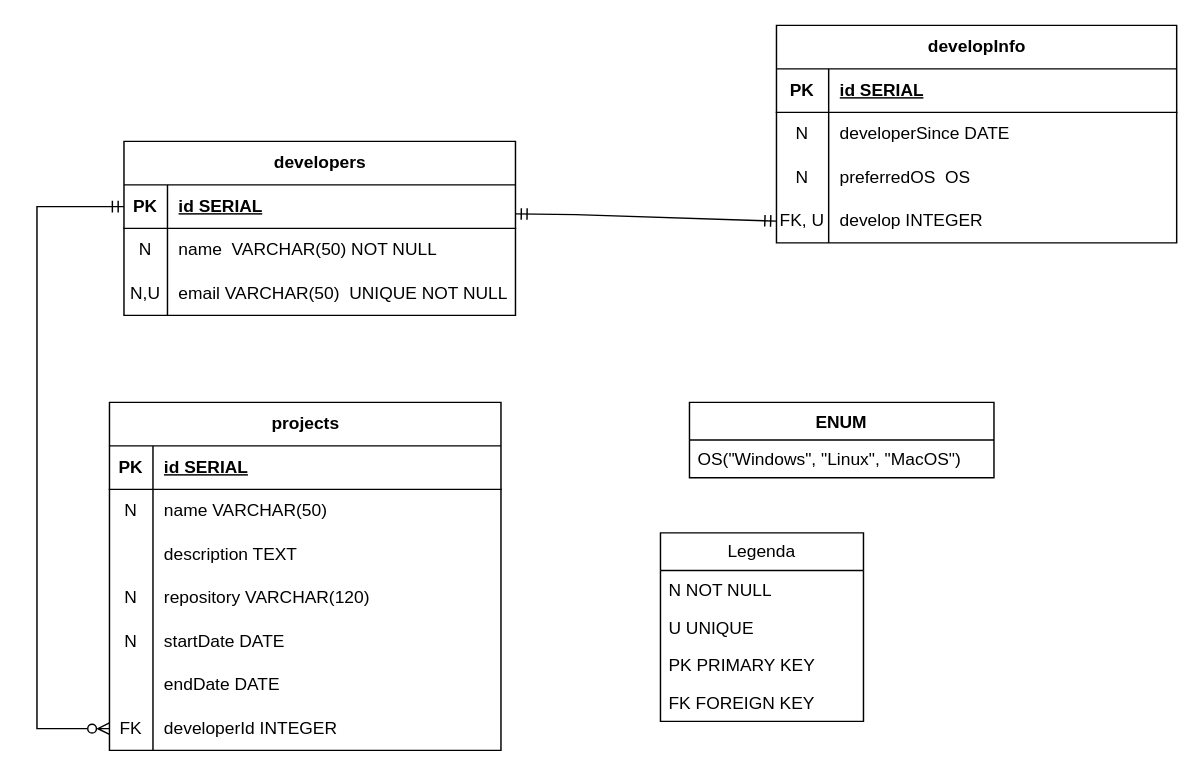
The draw.io diagram KenzieVelops.drawio in pedrogabrielbacili/meu_primeiro_DER, before the edit. Source tidied: cells renumbered, new cells numbered last; positions are measured from the earlier drawing's top-left corner, leaving out a move shared by most shapes. Both pictures are drawn from the tidied source at 145%, with x=0, y=0 at pixel (36, 25).
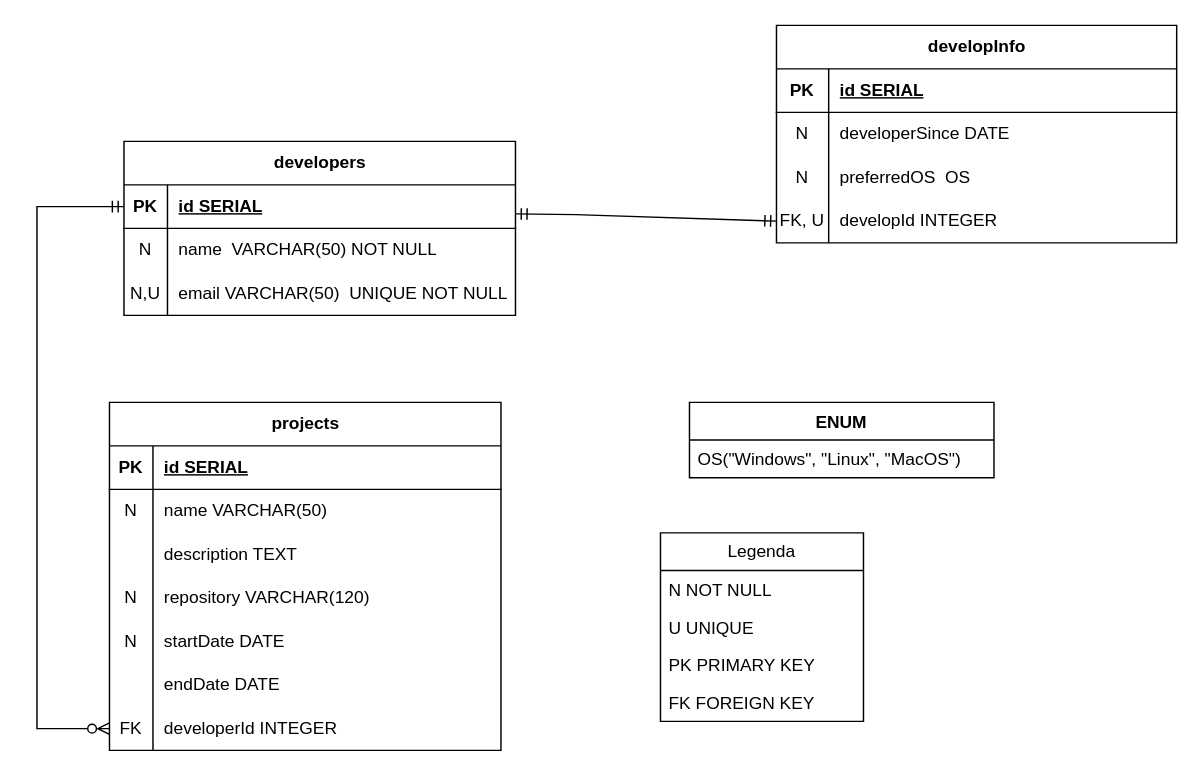
After the change.

Unchanged cells that the change refers to:
```xml
<mxCell id="13" style="shape=tableRow;horizontal=0;startSize=0;swimlaneHead=0;swimlaneBody=0;fillColor=none;points=[[0,0.5],[1,0.5]];portConstraint=eastwest;top=0;left=0;right=0;bottom=0;" parent="3" vertex="1">
  <mxGeometry y="120" width="276" height="30" as="geometry" />
</mxCell>
```

What changed in the source:
```diff
@@
-    <mxCell id="15" value="develop INTEGER&amp;nbsp;" style="shape=partialRectangle;fillColor=none;top=0;left=0;bottom=0;right=0;align=left;spacingLeft=6;overflow=hidden;whiteSpace=wrap;html=1;" parent="13" vertex="1">
+    <mxCell id="15" value="developId INTEGER&amp;nbsp;" style="shape=partialRectangle;fillColor=none;top=0;left=0;bottom=0;right=0;align=left;spacingLeft=6;overflow=hidden;whiteSpace=wrap;html=1;" parent="13" vertex="1">
       <mxGeometry x="36" width="240" height="30" as="geometry" />
     </mxCell>
```
